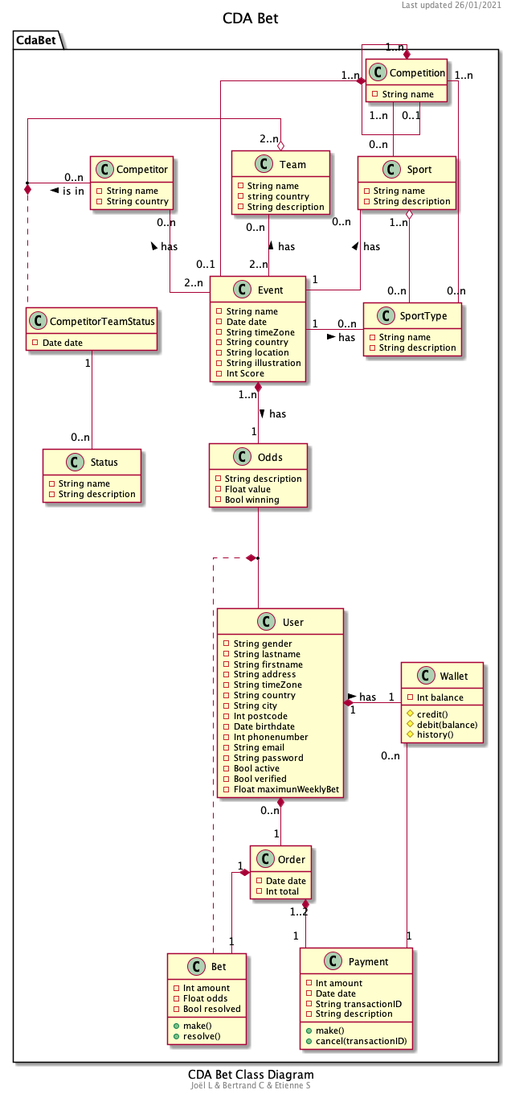
The PlantUML diagram docs/diagrams/export/CDA Bet Class Diagram.png in OFP-CDA-Mulhouse-2020/parisportif1, before a commit.
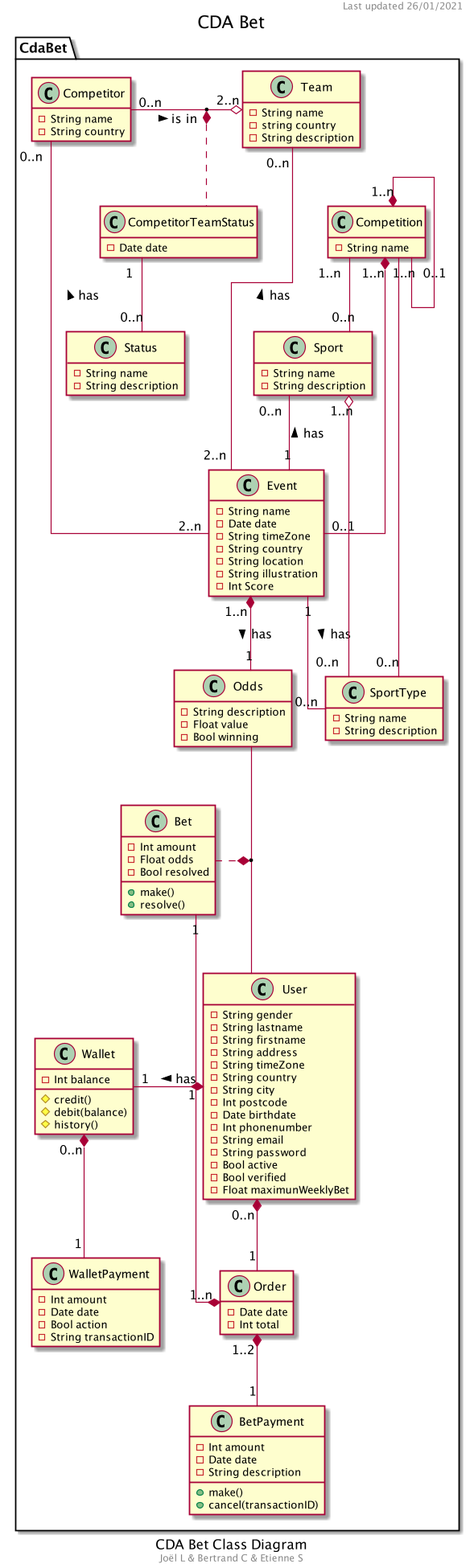
The same diagram one commit later.

Commit message:
Update UML source and exported file

What changed in the source:
```diff
@@ -86,13 +86,19 @@
         +resolve()
     }
 
-    class Payment {
+    class BetPayment {
         -Int amount
         -Date date
-        -String transactionID
         -String description
         +make()
         +cancel(transactionID)
+    }
+
+    class WalletPayment {
+        -Int amount
+        -Date date
+        -Bool action
+        -String transactionID
     }
 
     class Status {
@@ -105,23 +111,23 @@
     }
 
     Event "1" -up- "0..n" Sport : has >
-    Event "1" -right- "0..n" SportType : has >
+    Event "1" -- "0..n" SportType : has >
     Competition "1..n" -- "0..n" Sport
     Sport "1..n" o- "0..n" SportType
     Competition "1..n" *- "0..1" Competition
     Competition "1..n" *-- "0..1" Event
     Competition "1..n" - "0..n" SportType
 
-    Team "0..n" -- "2..n" Event : has <
+    Team "0..n" ---- "2..n" Event : has <
 
     User "1" *-left- "1" Wallet : has >
     User "0..n" *-- "1" Order
-    Order "1..2" *-- "1" Payment
-    Order "1" *-- "1" Bet
+    Order "1..2" *-- "1" BetPayment
+    Order "1..n" *-up- "1" Bet
 
     Event "1..n" *-down- "1" Odds : has >
     Event "2..n" -left- "0..n" Competitor: has >
-    Wallet "0..n" -- "1" Payment
+    Wallet "0..n" *-- "1" WalletPayment
 
     Competitor "0..n" -right-o "2..n" Team : is in >
 
```
